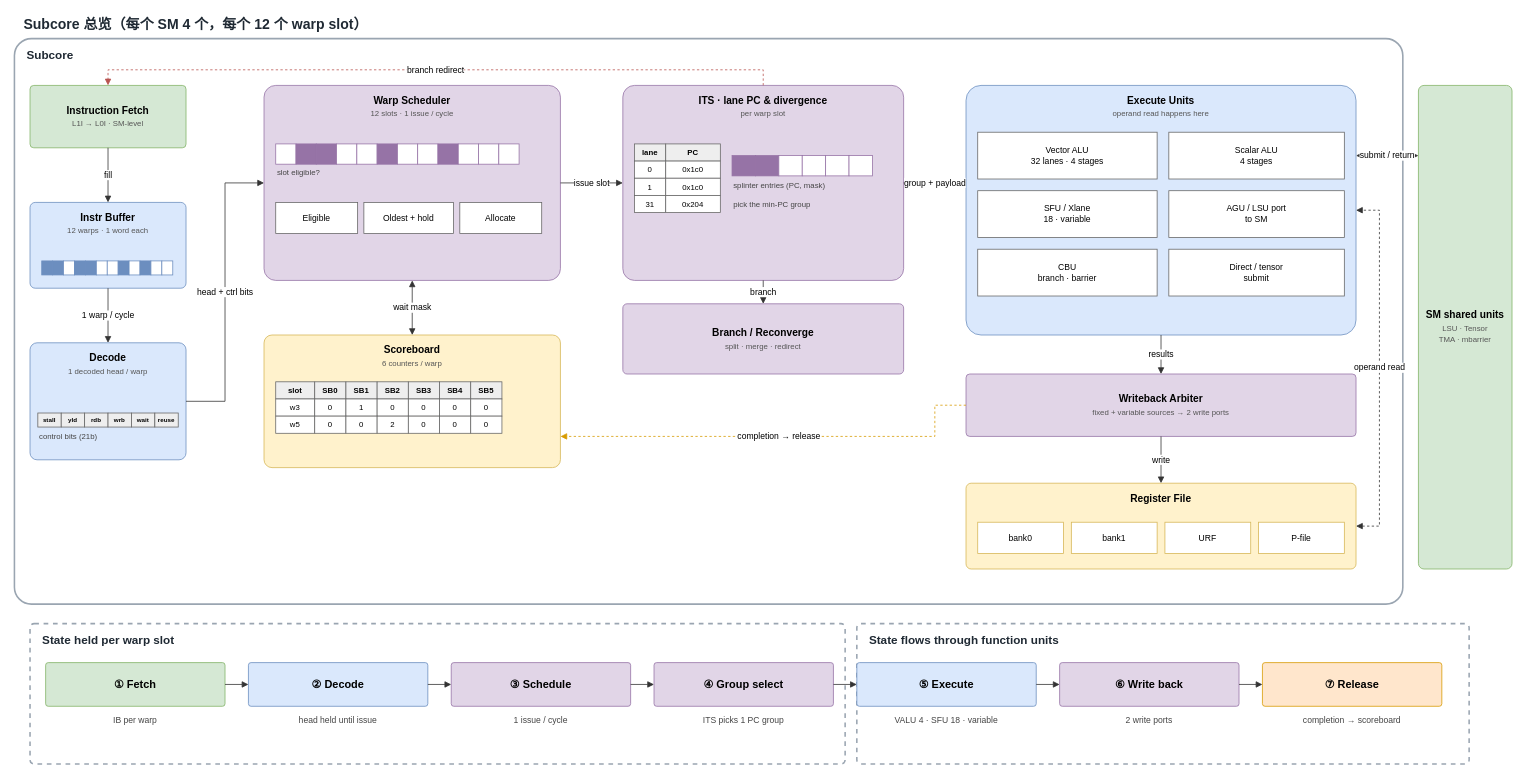
Above: projects/currygpu_subcore_ppt169_20261004/sources/00-subcore-overview.drawio in WHUDYF/PPT-generate (draw.io), before the change. Source tidied: cells renumbered, new cells numbered last; positions are measured from the earlier drawing's top-left corner, leaving out a move shared by most shapes. Both pictures are drawn from the tidied source at 78%, with x=0, y=0 at pixel (14, 13).
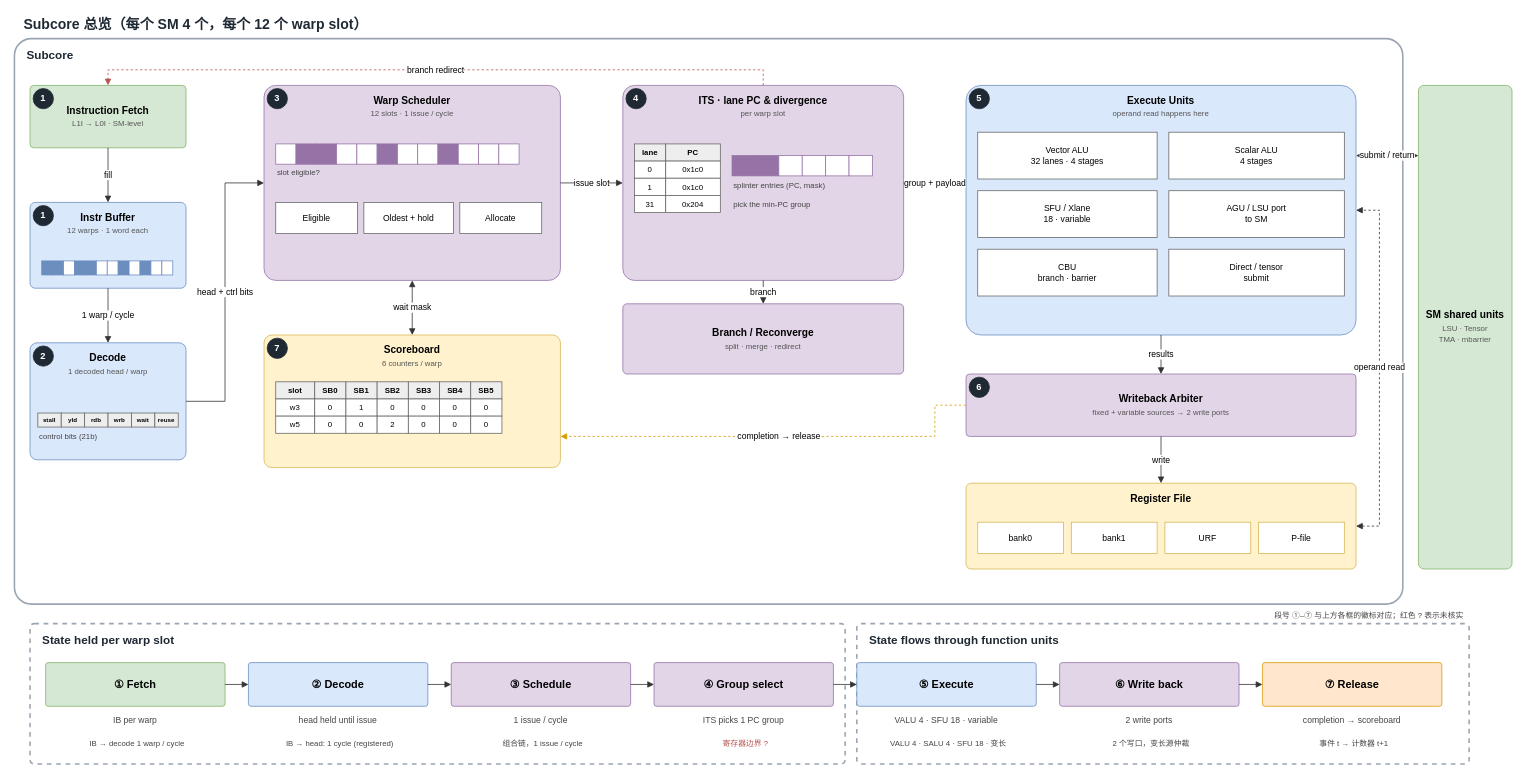
Above is the later version.

Commit message (it also covers changes not shown here):
Add pipeline stage markers to the subcore diagrams

Change to the diagram source:
```diff
@@
+    <mxCell id="132" value="1" style="ellipse;whiteSpace=wrap;html=1;fillColor=#1F2933;strokeColor=#1F2933;fontColor=#FFFFFF;fontSize=12;fontStyle=1;" parent="1" vertex="1">
+      <mxGeometry x="24" y="96" width="26" height="26" as="geometry" />
+    </mxCell>
+    <mxCell id="133" value="1" style="ellipse;whiteSpace=wrap;html=1;fillColor=#1F2933;strokeColor=#1F2933;fontColor=#FFFFFF;fontSize=12;fontStyle=1;" parent="1" vertex="1">
+      <mxGeometry x="24" y="246" width="26" height="26" as="geometry" />
+    </mxCell>
+    <mxCell id="134" value="2" style="ellipse;whiteSpace=wrap;html=1;fillColor=#1F2933;strokeColor=#1F2933;fontColor=#FFFFFF;fontSize=12;fontStyle=1;" parent="1" vertex="1">
+      <mxGeometry x="24" y="426" width="26" height="26" as="geometry" />
+    </mxCell>
+    <mxCell id="135" value="3" style="ellipse;whiteSpace=wrap;html=1;fillColor=#1F2933;strokeColor=#1F2933;fontColor=#FFFFFF;fontSize=12;fontStyle=1;" parent="1" vertex="1">
+      <mxGeometry x="324" y="96" width="26" height="26" as="geometry" />
+    </mxCell>
+    <mxCell id="136" value="4" style="ellipse;whiteSpace=wrap;html=1;fillColor=#1F2933;strokeColor=#1F2933;fontColor=#FFFFFF;fontSize=12;fontStyle=1;" parent="1" vertex="1">
+      <mxGeometry x="784" y="96" width="26" height="26" as="geometry" />
+    </mxCell>
+    <mxCell id="137" value="5" style="ellipse;whiteSpace=wrap;html=1;fillColor=#1F2933;strokeColor=#1F2933;fontColor=#FFFFFF;fontSize=12;fontStyle=1;" parent="1" vertex="1">
+      <mxGeometry x="1224" y="96" width="26" height="26" as="geometry" />
+    </mxCell>
+    <mxCell id="138" value="6" style="ellipse;whiteSpace=wrap;html=1;fillColor=#1F2933;strokeColor=#1F2933;fontColor=#FFFFFF;fontSize=12;fontStyle=1;" parent="1" vertex="1">
+      <mxGeometry x="1224" y="466" width="26" height="26" as="geometry" />
+    </mxCell>
+    <mxCell id="139" value="7" style="ellipse;whiteSpace=wrap;html=1;fillColor=#1F2933;strokeColor=#1F2933;fontColor=#FFFFFF;fontSize=12;fontStyle=1;" parent="1" vertex="1">
+      <mxGeometry x="324" y="416" width="26" height="26" as="geometry" />
+    </mxCell>
+    <mxCell id="140" value="IB → decode 1 warp / cycle" style="text;html=1;align=center;verticalAlign=middle;whiteSpace=wrap;fontSize=10;fontColor=#444444;" parent="1" vertex="1">
+      <mxGeometry x="40" y="918" width="235" height="36" as="geometry" />
+    </mxCell>
+    <mxCell id="141" value="IB → head: 1 cycle (registered)" style="text;html=1;align=center;verticalAlign=middle;whiteSpace=wrap;fontSize=10;fontColor=#444444;" parent="1" vertex="1">
+      <mxGeometry x="300" y="918" width="235" height="36" as="geometry" />
+    </mxCell>
+    <mxCell id="142" value="组合链，1 issue / cycle" style="text;html=1;align=center;verticalAlign=middle;whiteSpace=wrap;fontSize=10;fontColor=#444444;" parent="1" vertex="1">
+      <mxGeometry x="560" y="918" width="235" height="36" as="geometry" />
+    </mxCell>
+    <mxCell id="143" value="寄存器边界 ?" style="text;html=1;align=center;verticalAlign=middle;whiteSpace=wrap;fontSize=10;fontColor=#B85450;" parent="1" vertex="1">
+      <mxGeometry x="820" y="918" width="235" height="36" as="geometry" />
+    </mxCell>
+    <mxCell id="144" value="VALU 4 · SALU 4 · SFU 18 · 变长" style="text;html=1;align=center;verticalAlign=middle;whiteSpace=wrap;fontSize=10;fontColor=#444444;" parent="1" vertex="1">
+      <mxGeometry x="1080" y="918" width="235" height="36" as="geometry" />
+    </mxCell>
+    <mxCell id="145" value="2 个写口，变长源仲裁" style="text;html=1;align=center;verticalAlign=middle;whiteSpace=wrap;fontSize=10;fontColor=#444444;" parent="1" vertex="1">
+      <mxGeometry x="1340" y="918" width="235" height="36" as="geometry" />
+    </mxCell>
+    <mxCell id="146" value="事件 t → 计数器 t+1" style="text;html=1;align=center;verticalAlign=middle;whiteSpace=wrap;fontSize=10;fontColor=#444444;" parent="1" vertex="1">
+      <mxGeometry x="1600" y="918" width="235" height="36" as="geometry" />
+    </mxCell>
+    <mxCell id="147" value="段号 ①–⑦ 与上方各框的徽标对应；红色 ? 表示未核实" style="text;html=1;align=right;verticalAlign=middle;whiteSpace=wrap;fontSize=10;fontColor=#444444;" parent="1" vertex="1">
+      <mxGeometry x="1080" y="762" width="780" height="18" as="geometry" />
+    </mxCell>
```
